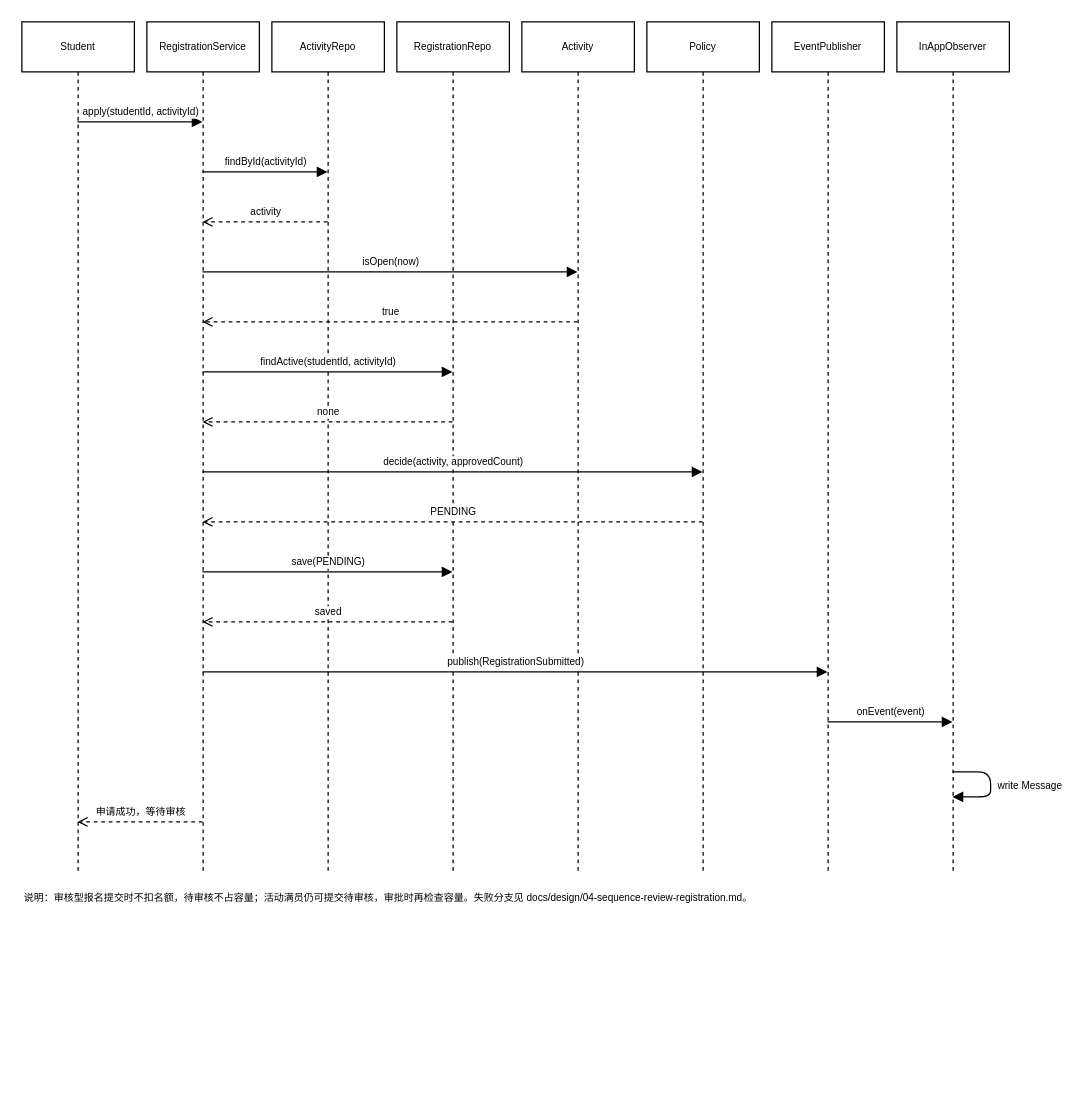
Before: page "04 审核报名时序" (4 of 5) of docs/design/diagrams/CampusEvent-design.drawio in Cynyun/CampusEvent, a draw.io diagram. Source tidied: cells renumbered, new cells numbered last; positions are measured from the earlier drawing's top-left corner, leaving out a move shared by most shapes. Both pictures are drawn from the tidied source at 125%, with x=0, y=0 at pixel (21, 21).
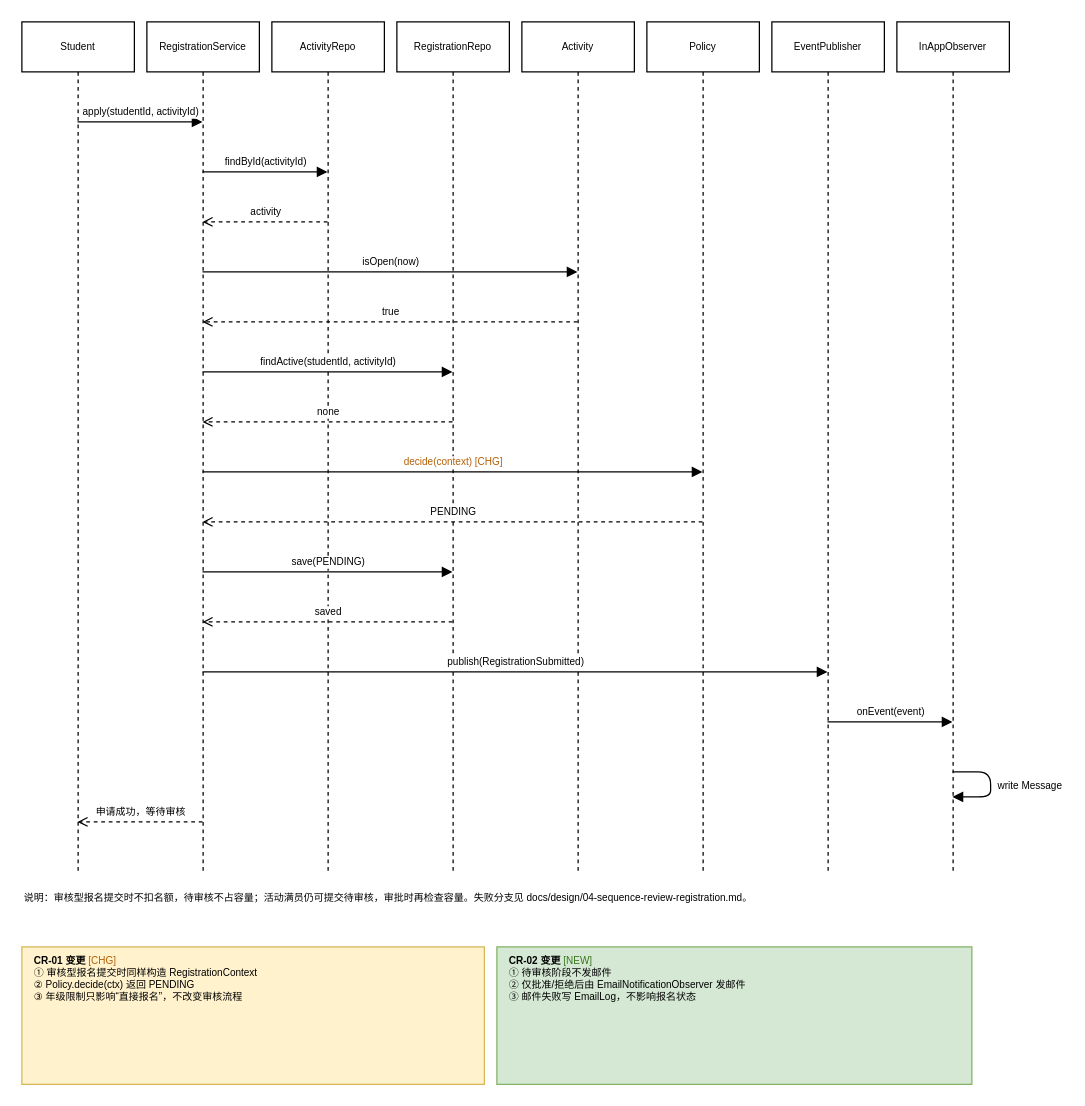
After the change.

The change refers to these unchanged cells:
```xml
<mxCell id="3" value="RegistrationService" style="shape=umlLifeline;perimeter=lifelinePerimeter;size=40;fontSize=8;whiteSpace=wrap;html=1;" parent="1" vertex="1">
  <mxGeometry x="100" width="90" height="680" as="geometry" />
</mxCell>
<mxCell id="7" value="Policy" style="shape=umlLifeline;perimeter=lifelinePerimeter;size=40;fontSize=8;whiteSpace=wrap;html=1;" parent="1" vertex="1">
  <mxGeometry x="500" width="90" height="680" as="geometry" />
</mxCell>
```

Change to the diagram source:
```diff
@@
-    <mxCell id="17" value="decide(activity, approvedCount)" style="verticalAlign=bottom;endArrow=block;fontSize=8;exitX=0.5;exitY=0;exitDy=360;entryX=0.5;entryY=0;entryDy=360;html=1;" parent="1" edge="1" source="3" target="7">
+    <mxCell id="17" value="decide(context) [CHG]" style="verticalAlign=bottom;endArrow=block;fontSize=8;fontColor=#b45f06;exitX=0.5;exitY=0;exitDy=360;entryX=0.5;entryY=0;entryDy=360;html=1;" parent="1" edge="1" source="3" target="7">
       <mxGeometry relative="1" as="geometry" />
     </mxCell>
@@
+    <mxCell id="26" value="&lt;b&gt;CR-01 变更&lt;/b&gt; &lt;font color=&quot;#b45f06&quot;&gt;[CHG]&lt;/font&gt;&lt;br&gt;① 审核型报名提交时同样构造 RegistrationContext&lt;br&gt;② Policy.decide(ctx) 返回 PENDING&lt;br&gt;③ 年级限制只影响“直接报名”，不改变审核流程" style="text;align=left;verticalAlign=top;fontSize=8;fillColor=#fff2cc;strokeColor=#d6b656;whiteSpace=wrap;html=1;spacingLeft=8;spacingRight=8;" parent="1" vertex="1">
+      <mxGeometry y="740" width="370" height="110" as="geometry" />
+    </mxCell>
+    <mxCell id="27" value="&lt;b&gt;CR-02 变更&lt;/b&gt; &lt;font color=&quot;#38761d&quot;&gt;[NEW]&lt;/font&gt;&lt;br&gt;① 待审核阶段不发邮件&lt;br&gt;② 仅批准/拒绝后由 EmailNotificationObserver 发邮件&lt;br&gt;③ 邮件失败写 EmailLog，不影响报名状态" style="text;align=left;verticalAlign=top;fontSize=8;fillColor=#d5e8d4;strokeColor=#82b366;whiteSpace=wrap;html=1;spacingLeft=8;spacingRight=8;" parent="1" vertex="1">
+      <mxGeometry x="380" y="740" width="380" height="110" as="geometry" />
+    </mxCell>
```
